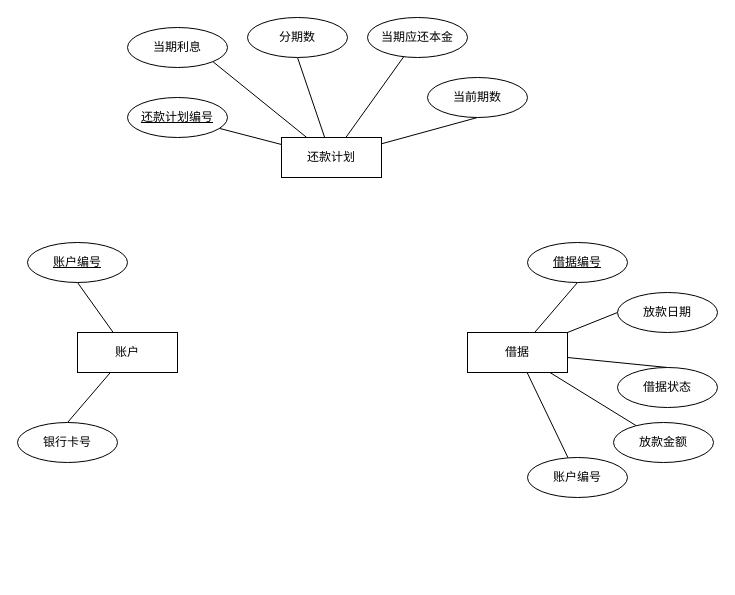
The draw.io diagram 借款ER图.drawio in wuxiao-web/graduationThesis, before the edit. Source tidied: cells renumbered, new cells numbered last; positions are measured from the earlier drawing's top-left corner, leaving out a move shared by most shapes. Both pictures are drawn from the tidied source at 100%, with x=0, y=0 at pixel (17, 17).
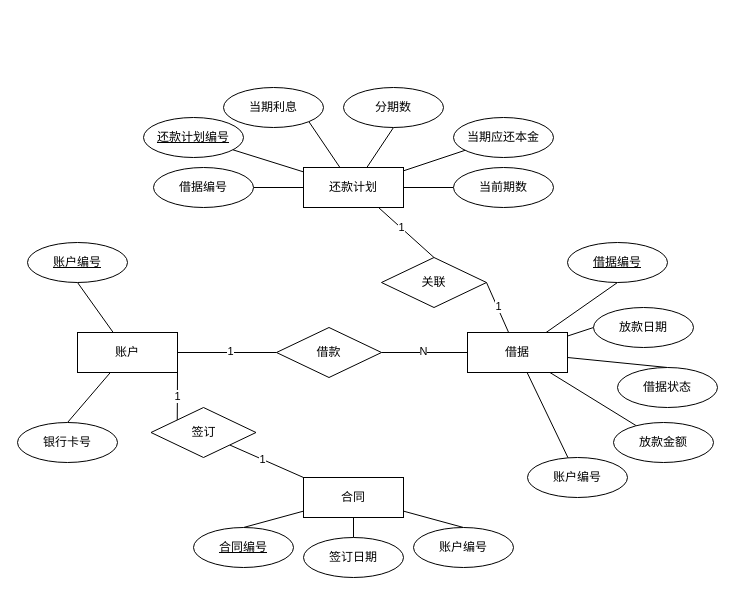
After the change.

Commit message:
更新借款ER图.drawio

The change refers to these unchanged cells:
```xml
<mxCell id="4" value="账户" style="whiteSpace=wrap;html=1;align=center;" parent="1" vertex="1">
  <mxGeometry x="60" y="315" width="100" height="40" as="geometry" />
</mxCell>
<mxCell id="10" value="借据" style="whiteSpace=wrap;html=1;align=center;" parent="1" vertex="1">
  <mxGeometry x="450" y="315" width="100" height="40" as="geometry" />
</mxCell>
```

Change to the diagram source:
```diff
@@
+    <mxCell id="29" style="rounded=0;jettySize=auto;html=1;entryX=0;entryY=0.5;entryDx=0;entryDy=0;endArrow=none;endFill=0;" parent="1" edge="1" source="4" target="48">
+      <mxGeometry relative="1" as="geometry" />
+    </mxCell>
+    <mxCell id="30" value="1" style="edgeLabel;html=1;align=center;verticalAlign=middle;" parent="29" vertex="1">
+      <mxGeometry x="0.05" y="2" relative="1" as="geometry" />
+    </mxCell>
@@
+    <mxCell id="31" style="rounded=0;jettySize=auto;html=1;entryX=1;entryY=0.5;entryDx=0;entryDy=0;endArrow=none;endFill=0;" parent="1" edge="1" source="10" target="51">
+      <mxGeometry relative="1" as="geometry" />
+    </mxCell>
+    <mxCell id="32" value="1" style="edgeLabel;html=1;align=center;verticalAlign=middle;" parent="31" vertex="1">
+      <mxGeometry x="0.02" y="-1" relative="1" as="geometry" />
+    </mxCell>
@@
-    <mxCell id="14" style="rounded=0;jettySize=auto;html=1;entryX=0.5;entryY=1;entryDx=0;entryDy=0;endArrow=none;endFill=0;" parent="1" edge="1" source="16" target="21">
+    <mxCell id="14" style="rounded=0;jettySize=auto;html=1;entryX=0;entryY=0.5;entryDx=0;entryDy=0;endArrow=none;endFill=0;" parent="1" edge="1" source="16" target="21">
       <mxGeometry relative="1" as="geometry" />
     </mxCell>
@@
+    <mxCell id="33" style="rounded=0;jettySize=auto;html=1;entryX=1;entryY=0.5;entryDx=0;entryDy=0;endArrow=none;endFill=0;" parent="1" edge="1" source="16" target="52">
+      <mxGeometry relative="1" as="geometry" />
+    </mxCell>
     <mxCell id="16" value="还款计划" style="whiteSpace=wrap;html=1;align=center;" parent="1" vertex="1">
-      <mxGeometry x="264" y="120" width="100" height="40" as="geometry" />
+      <mxGeometry x="286" y="150" width="100" height="40" as="geometry" />
     </mxCell>
@@
     <mxCell id="19" value="还款计划编号" style="ellipse;whiteSpace=wrap;html=1;align=center;fontStyle=4;" parent="1" vertex="1">
-      <mxGeometry x="110" y="80" width="100" height="40" as="geometry" />
+      <mxGeometry x="126" y="100" width="100" height="40" as="geometry" />
     </mxCell>
     <mxCell id="20" value="分期数" style="ellipse;whiteSpace=wrap;html=1;align=center;" parent="1" vertex="1">
-      <mxGeometry x="230" width="100" height="40" as="geometry" />
+      <mxGeometry x="326" y="70" width="100" height="40" as="geometry" />
     </mxCell>
     <mxCell id="21" value="当前期数" style="ellipse;whiteSpace=wrap;html=1;align=center;" parent="1" vertex="1">
-      <mxGeometry x="410" y="60" width="100" height="40" as="geometry" />
+      <mxGeometry x="436" y="150" width="100" height="40" as="geometry" />
     </mxCell>
     <mxCell id="22" value="当期应还本金" style="ellipse;whiteSpace=wrap;html=1;align=center;" parent="1" vertex="1">
-      <mxGeometry x="350" width="100" height="40" as="geometry" />
+      <mxGeometry x="436" y="100" width="100" height="40" as="geometry" />
     </mxCell>
     <mxCell id="23" value="当期利息" style="ellipse;whiteSpace=wrap;html=1;align=center;" parent="1" vertex="1">
-      <mxGeometry x="110" y="10" width="100" height="40" as="geometry" />
+      <mxGeometry x="206" y="70" width="100" height="40" as="geometry" />
     </mxCell>
     <mxCell id="24" value="借据编号" style="ellipse;whiteSpace=wrap;html=1;align=center;fontStyle=4;" parent="1" vertex="1">
-      <mxGeometry x="510" y="225" width="100" height="40" as="geometry" />
+      <mxGeometry x="550" y="225" width="100" height="40" as="geometry" />
     </mxCell>
     <mxCell id="25" value="放款日期" style="ellipse;whiteSpace=wrap;html=1;align=center;" parent="1" vertex="1">
-      <mxGeometry x="600" y="275" width="100" height="40" as="geometry" />
+      <mxGeometry x="576" y="290" width="100" height="40" as="geometry" />
     </mxCell>
@@
+    <mxCell id="34" style="rounded=0;jettySize=auto;html=1;entryX=0.5;entryY=0;entryDx=0;entryDy=0;endArrow=none;endFill=0;" parent="1" edge="1" source="39" target="40">
+      <mxGeometry relative="1" as="geometry" />
+    </mxCell>
+    <mxCell id="35" style="rounded=0;jettySize=auto;html=1;endArrow=none;endFill=0;" parent="1" edge="1" source="39" target="42">
+      <mxGeometry relative="1" as="geometry" />
+    </mxCell>
+    <mxCell id="36" style="rounded=0;jettySize=auto;html=1;entryX=0.5;entryY=0;entryDx=0;entryDy=0;endArrow=none;endFill=0;" parent="1" edge="1" source="39" target="41">
+      <mxGeometry relative="1" as="geometry" />
+    </mxCell>
+    <mxCell id="37" style="rounded=0;jettySize=auto;html=1;endArrow=none;endFill=0;exitX=0;exitY=0;exitDx=0;exitDy=0;entryX=1;entryY=1;entryDx=0;entryDy=0;" parent="1" edge="1" source="39" target="45">
+      <mxGeometry relative="1" as="geometry" />
+    </mxCell>
+    <mxCell id="38" value="1" style="edgeLabel;html=1;align=center;verticalAlign=middle;" parent="37" vertex="1">
+      <mxGeometry x="0.11" relative="1" as="geometry" />
+    </mxCell>
+    <mxCell id="39" value="合同" style="whiteSpace=wrap;html=1;align=center;" parent="1" vertex="1">
+      <mxGeometry x="286" y="460" width="100" height="40" as="geometry" />
+    </mxCell>
+    <mxCell id="40" value="合同编号" style="ellipse;whiteSpace=wrap;html=1;align=center;fontStyle=4;" parent="1" vertex="1">
+      <mxGeometry x="176" y="510" width="100" height="40" as="geometry" />
+    </mxCell>
+    <mxCell id="41" value="账户编号" style="ellipse;whiteSpace=wrap;html=1;align=center;" parent="1" vertex="1">
+      <mxGeometry x="396" y="510" width="100" height="40" as="geometry" />
+    </mxCell>
+    <mxCell id="42" value="签订日期" style="ellipse;whiteSpace=wrap;html=1;align=center;" parent="1" vertex="1">
+      <mxGeometry x="286" y="520" width="100" height="40" as="geometry" />
+    </mxCell>
+    <mxCell id="43" style="rounded=0;jettySize=auto;html=1;entryX=1;entryY=1;entryDx=0;entryDy=0;endArrow=none;endFill=0;exitX=0;exitY=0;exitDx=0;exitDy=0;" parent="1" edge="1" source="45" target="4">
+      <mxGeometry relative="1" as="geometry" />
+    </mxCell>
+    <mxCell id="44" value="1" style="edgeLabel;html=1;align=center;verticalAlign=middle;" parent="43" vertex="1">
+      <mxGeometry x="-0.01" relative="1" as="geometry" />
+    </mxCell>
+    <mxCell id="45" value="签订" style="shape=rhombus;perimeter=rhombusPerimeter;whiteSpace=wrap;html=1;align=center;" parent="1" vertex="1">
+      <mxGeometry x="133.5" y="390" width="105" height="50" as="geometry" />
+    </mxCell>
+    <mxCell id="46" style="rounded=0;jettySize=auto;html=1;entryX=0;entryY=0.5;entryDx=0;entryDy=0;endArrow=none;endFill=0;" parent="1" edge="1" source="48" target="10">
+      <mxGeometry relative="1" as="geometry" />
+    </mxCell>
+    <mxCell id="47" value="N" style="edgeLabel;html=1;align=center;verticalAlign=middle;" parent="46" vertex="1">
+      <mxGeometry x="-0.05" y="2" relative="1" as="geometry" />
+    </mxCell>
+    <mxCell id="48" value="借款" style="shape=rhombus;perimeter=rhombusPerimeter;whiteSpace=wrap;html=1;align=center;" parent="1" vertex="1">
+      <mxGeometry x="259" y="310" width="105" height="50" as="geometry" />
+    </mxCell>
+    <mxCell id="49" style="rounded=0;jettySize=auto;html=1;endArrow=none;endFill=0;exitX=0.5;exitY=0;exitDx=0;exitDy=0;entryX=0.75;entryY=1;entryDx=0;entryDy=0;" parent="1" edge="1" source="51" target="16">
+      <mxGeometry relative="1" as="geometry" />
+    </mxCell>
+    <mxCell id="50" value="1" style="edgeLabel;html=1;align=center;verticalAlign=middle;" parent="49" vertex="1">
+      <mxGeometry x="0.21" y="-1" relative="1" as="geometry" />
+    </mxCell>
+    <mxCell id="51" value="关联" style="shape=rhombus;perimeter=rhombusPerimeter;whiteSpace=wrap;html=1;align=center;" parent="1" vertex="1">
+      <mxGeometry x="364" y="240" width="105" height="50" as="geometry" />
+    </mxCell>
+    <mxCell id="52" value="借据编号" style="ellipse;whiteSpace=wrap;html=1;align=center;" parent="1" vertex="1">
+      <mxGeometry x="136" y="150" width="100" height="40" as="geometry" />
+    </mxCell>
```
